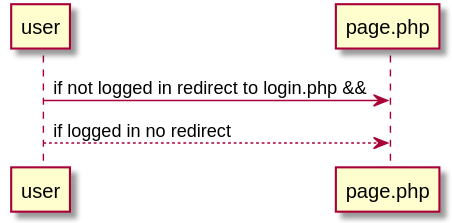
This is UML diagrams and stuff/redirect.svg from araguaci/EnglishWorlds, a PlantUML export, as it was before one commit. Its source is kept beside it as UML diagrams and stuff/redirect.pu. Source of this version:
```plantuml
@startuml
user -> page.php: if not logged in redirect to login.php &&
user --> page.php: if logged in no redirect
@enduml
```
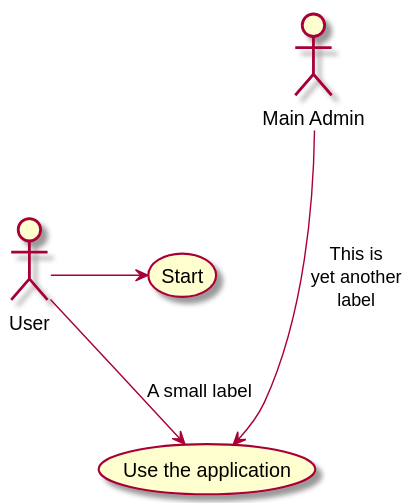
After the commit.

Commit message:
Fixed home page bugs

Change to the diagram source:
```diff
@@ -1,4 +1,8 @@
 @startuml
-user -> page.php: if not logged in redirect to login.php &&
-user --> page.php: if logged in no redirect
+
+User -> (Start)
+User --> (Use the application) : A small label
+
+:Main Admin: ---> (Use the application) : This is\nyet another\nlabel
+
 @enduml
```
